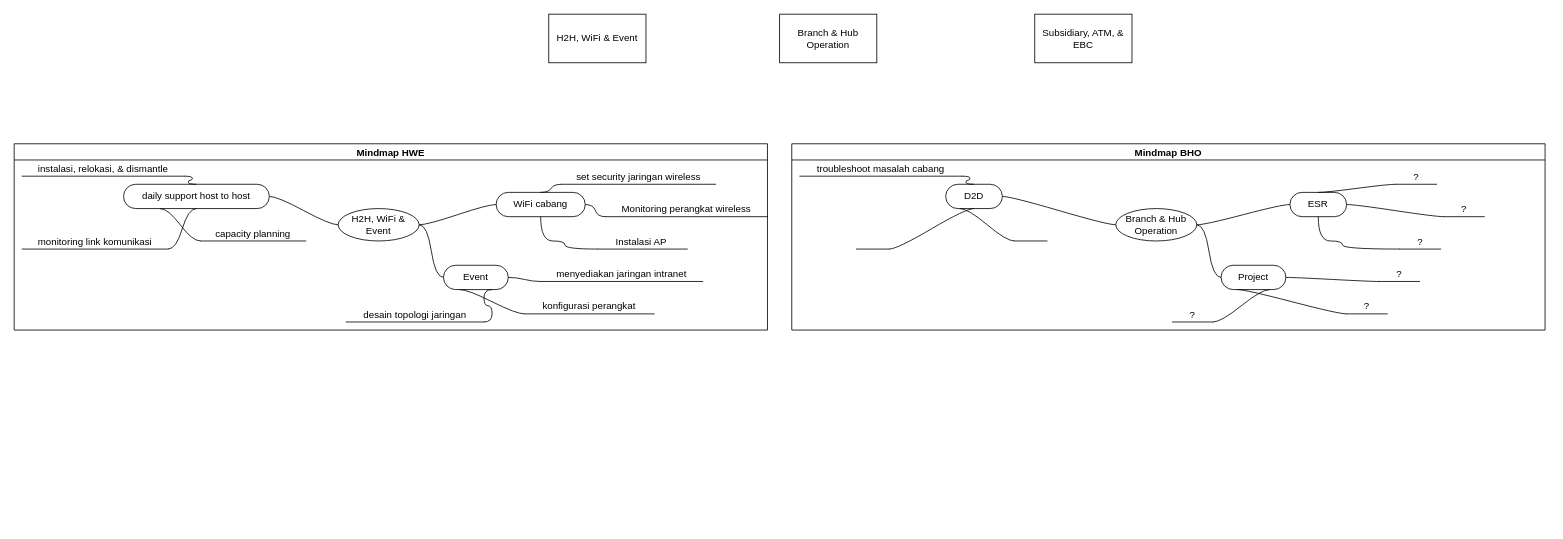
AndreaB54/BCA_INTERNSHIP_NIS_B_2026 keeps this draw.io diagram as page "Urusan NIS B" (2 of 3) of BIP_Andrea_2026.drawio. Above is the earlier version. Source tidied: cells renumbered, new cells numbered last; positions are measured from the earlier drawing's top-left corner, leaving out a move shared by most shapes. Both pictures are drawn from the tidied source at 81%, with x=0, y=0 at pixel (14, 14).
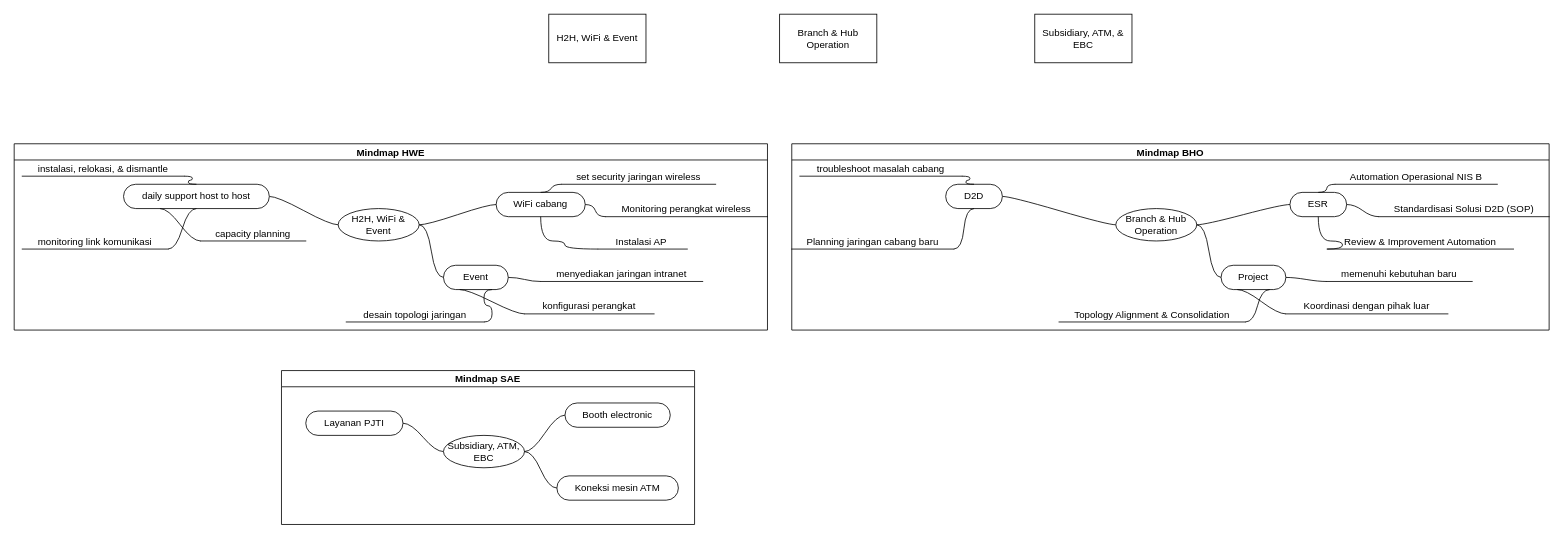
The same diagram, later.

Commit message (it also covers changes not shown here):
Mindmap BHO dan SAE

The change refers to these unchanged cells:
```xml
<mxCell id="34" value="D2D" style="whiteSpace=wrap;html=1;rounded=1;arcSize=50;align=center;verticalAlign=middle;strokeWidth=1;spacing=4;newEdgeStyle={&quot;edgeStyle&quot;:&quot;entityRelationEdgeStyle&quot;,&quot;startArrow&quot;:&quot;none&quot;,&quot;endArrow&quot;:&quot;none&quot;,&quot;segment&quot;:10,&quot;curved&quot;:1,&quot;sourcePerimeterSpacing&quot;:0,&quot;targetPerimeterSpacing&quot;:0};" parent="31" vertex="1">
  <mxGeometry x="190" y="50" width="70" height="30" as="geometry" />
</mxCell>
```

The edit, as a diff of the source:
```diff
@@
     <mxCell id="31" value="Mindmap BHO" style="swimlane;startSize=20;horizontal=1;containerType=tree;" parent="1" vertex="1">
-      <mxGeometry x="960" y="160" width="930" height="230" as="geometry" />
+      <mxGeometry x="960" y="160" width="935" height="230" as="geometry" />
     </mxCell>
@@
-    <mxCell id="35" value="&amp;nbsp;" style="whiteSpace=wrap;html=1;shape=partialRectangle;top=0;left=0;bottom=1;right=0;points=[[0,1],[1,1]];fillColor=none;align=center;verticalAlign=bottom;routingCenterY=0.5;snapToPoint=1;newEdgeStyle={&quot;edgeStyle&quot;:&quot;entityRelationEdgeStyle&quot;,&quot;startArrow&quot;:&quot;none&quot;,&quot;endArrow&quot;:&quot;none&quot;,&quot;segment&quot;:10,&quot;curved&quot;:1,&quot;sourcePerimeterSpacing&quot;:0,&quot;targetPerimeterSpacing&quot;:0};" parent="31" vertex="1">
-      <mxGeometry x="275" y="90" width="40" height="30" as="geometry" />
-    </mxCell>
-    <mxCell id="36" style="edgeStyle=entityRelationEdgeStyle;curved=1;rounded=0;jettySize=auto;html=1;startArrow=none;endArrow=none;segment=10;sourcePerimeterSpacing=0;targetPerimeterSpacing=0;exitX=0;exitY=1;exitDx=0;exitDy=0;entryX=0.25;entryY=1;entryDx=0;entryDy=0;fontSize=12;startSize=8;endSize=8;" parent="31" edge="1" source="35" target="34">
-      <mxGeometry relative="1" as="geometry" />
-    </mxCell>
@@
-    <mxCell id="42" value="&amp;nbsp;" style="whiteSpace=wrap;html=1;shape=partialRectangle;top=0;left=0;bottom=1;right=0;points=[[0,1],[1,1]];fillColor=none;align=center;verticalAlign=bottom;routingCenterY=0.5;snapToPoint=1;newEdgeStyle={&quot;edgeStyle&quot;:&quot;entityRelationEdgeStyle&quot;,&quot;startArrow&quot;:&quot;none&quot;,&quot;endArrow&quot;:&quot;none&quot;,&quot;segment&quot;:10,&quot;curved&quot;:1,&quot;sourcePerimeterSpacing&quot;:0,&quot;targetPerimeterSpacing&quot;:0};" parent="31" vertex="1">
-      <mxGeometry x="80" y="100" width="40" height="30" as="geometry" />
+    <mxCell id="42" value="Planning jaringan cabang baru" style="whiteSpace=wrap;html=1;shape=partialRectangle;top=0;left=0;bottom=1;right=0;points=[[0,1],[1,1]];fillColor=none;align=center;verticalAlign=bottom;routingCenterY=0.5;snapToPoint=1;newEdgeStyle={&quot;edgeStyle&quot;:&quot;entityRelationEdgeStyle&quot;,&quot;startArrow&quot;:&quot;none&quot;,&quot;endArrow&quot;:&quot;none&quot;,&quot;segment&quot;:10,&quot;curved&quot;:1,&quot;sourcePerimeterSpacing&quot;:0,&quot;targetPerimeterSpacing&quot;:0};" parent="31" vertex="1">
+      <mxGeometry y="100" width="200" height="30" as="geometry" />
     </mxCell>
@@
-    <mxCell id="44" value="?" style="whiteSpace=wrap;html=1;shape=partialRectangle;top=0;left=0;bottom=1;right=0;points=[[0,1],[1,1]];fillColor=none;align=center;verticalAlign=bottom;routingCenterY=0.5;snapToPoint=1;newEdgeStyle={&quot;edgeStyle&quot;:&quot;entityRelationEdgeStyle&quot;,&quot;startArrow&quot;:&quot;none&quot;,&quot;endArrow&quot;:&quot;none&quot;,&quot;segment&quot;:10,&quot;curved&quot;:1,&quot;sourcePerimeterSpacing&quot;:0,&quot;targetPerimeterSpacing&quot;:0};" parent="31" vertex="1">
-      <mxGeometry x="751" y="100" width="50" height="30" as="geometry" />
+    <mxCell id="44" value="Review &amp;amp; Improvement Automation" style="whiteSpace=wrap;html=1;shape=partialRectangle;top=0;left=0;bottom=1;right=0;points=[[0,1],[1,1]];fillColor=none;align=center;verticalAlign=bottom;routingCenterY=0.5;snapToPoint=1;newEdgeStyle={&quot;edgeStyle&quot;:&quot;entityRelationEdgeStyle&quot;,&quot;startArrow&quot;:&quot;none&quot;,&quot;endArrow&quot;:&quot;none&quot;,&quot;segment&quot;:10,&quot;curved&quot;:1,&quot;sourcePerimeterSpacing&quot;:0,&quot;targetPerimeterSpacing&quot;:0};" parent="31" vertex="1">
+      <mxGeometry x="661" y="100" width="230" height="30" as="geometry" />
     </mxCell>
@@
-    <mxCell id="46" value="?" style="whiteSpace=wrap;html=1;shape=partialRectangle;top=0;left=0;bottom=1;right=0;points=[[0,1],[1,1]];fillColor=none;align=center;verticalAlign=bottom;routingCenterY=0.5;snapToPoint=1;newEdgeStyle={&quot;edgeStyle&quot;:&quot;entityRelationEdgeStyle&quot;,&quot;startArrow&quot;:&quot;none&quot;,&quot;endArrow&quot;:&quot;none&quot;,&quot;segment&quot;:10,&quot;curved&quot;:1,&quot;sourcePerimeterSpacing&quot;:0,&quot;targetPerimeterSpacing&quot;:0};" parent="31" vertex="1">
-      <mxGeometry x="805" y="60" width="50" height="30" as="geometry" />
+    <mxCell id="46" value="Standardisasi Solusi D2D (SOP)" style="whiteSpace=wrap;html=1;shape=partialRectangle;top=0;left=0;bottom=1;right=0;points=[[0,1],[1,1]];fillColor=none;align=center;verticalAlign=bottom;routingCenterY=0.5;snapToPoint=1;newEdgeStyle={&quot;edgeStyle&quot;:&quot;entityRelationEdgeStyle&quot;,&quot;startArrow&quot;:&quot;none&quot;,&quot;endArrow&quot;:&quot;none&quot;,&quot;segment&quot;:10,&quot;curved&quot;:1,&quot;sourcePerimeterSpacing&quot;:0,&quot;targetPerimeterSpacing&quot;:0};" parent="31" vertex="1">
+      <mxGeometry x="725" y="60" width="210" height="30" as="geometry" />
     </mxCell>
@@
-    <mxCell id="48" value="?" style="whiteSpace=wrap;html=1;shape=partialRectangle;top=0;left=0;bottom=1;right=0;points=[[0,1],[1,1]];fillColor=none;align=center;verticalAlign=bottom;routingCenterY=0.5;snapToPoint=1;newEdgeStyle={&quot;edgeStyle&quot;:&quot;entityRelationEdgeStyle&quot;,&quot;startArrow&quot;:&quot;none&quot;,&quot;endArrow&quot;:&quot;none&quot;,&quot;segment&quot;:10,&quot;curved&quot;:1,&quot;sourcePerimeterSpacing&quot;:0,&quot;targetPerimeterSpacing&quot;:0};" parent="31" vertex="1">
-      <mxGeometry x="746" y="20" width="50" height="30" as="geometry" />
+    <mxCell id="48" value="Automation Operasional NIS B" style="whiteSpace=wrap;html=1;shape=partialRectangle;top=0;left=0;bottom=1;right=0;points=[[0,1],[1,1]];fillColor=none;align=center;verticalAlign=bottom;routingCenterY=0.5;snapToPoint=1;newEdgeStyle={&quot;edgeStyle&quot;:&quot;entityRelationEdgeStyle&quot;,&quot;startArrow&quot;:&quot;none&quot;,&quot;endArrow&quot;:&quot;none&quot;,&quot;segment&quot;:10,&quot;curved&quot;:1,&quot;sourcePerimeterSpacing&quot;:0,&quot;targetPerimeterSpacing&quot;:0};" parent="31" vertex="1">
+      <mxGeometry x="671" y="20" width="200" height="30" as="geometry" />
     </mxCell>
@@
-    <mxCell id="52" value="?" style="whiteSpace=wrap;html=1;shape=partialRectangle;top=0;left=0;bottom=1;right=0;points=[[0,1],[1,1]];fillColor=none;align=center;verticalAlign=bottom;routingCenterY=0.5;snapToPoint=1;newEdgeStyle={&quot;edgeStyle&quot;:&quot;entityRelationEdgeStyle&quot;,&quot;startArrow&quot;:&quot;none&quot;,&quot;endArrow&quot;:&quot;none&quot;,&quot;segment&quot;:10,&quot;curved&quot;:1,&quot;sourcePerimeterSpacing&quot;:0,&quot;targetPerimeterSpacing&quot;:0};" parent="31" vertex="1">
-      <mxGeometry x="725" y="140" width="50" height="30" as="geometry" />
+    <mxCell id="52" value="memenuhi kebutuhan baru" style="whiteSpace=wrap;html=1;shape=partialRectangle;top=0;left=0;bottom=1;right=0;points=[[0,1],[1,1]];fillColor=none;align=center;verticalAlign=bottom;routingCenterY=0.5;snapToPoint=1;newEdgeStyle={&quot;edgeStyle&quot;:&quot;entityRelationEdgeStyle&quot;,&quot;startArrow&quot;:&quot;none&quot;,&quot;endArrow&quot;:&quot;none&quot;,&quot;segment&quot;:10,&quot;curved&quot;:1,&quot;sourcePerimeterSpacing&quot;:0,&quot;targetPerimeterSpacing&quot;:0};" parent="31" vertex="1">
+      <mxGeometry x="660" y="140" width="180" height="30" as="geometry" />
     </mxCell>
@@
-    <mxCell id="54" value="?" style="whiteSpace=wrap;html=1;shape=partialRectangle;top=0;left=0;bottom=1;right=0;points=[[0,1],[1,1]];fillColor=none;align=center;verticalAlign=bottom;routingCenterY=0.5;snapToPoint=1;newEdgeStyle={&quot;edgeStyle&quot;:&quot;entityRelationEdgeStyle&quot;,&quot;startArrow&quot;:&quot;none&quot;,&quot;endArrow&quot;:&quot;none&quot;,&quot;segment&quot;:10,&quot;curved&quot;:1,&quot;sourcePerimeterSpacing&quot;:0,&quot;targetPerimeterSpacing&quot;:0};" parent="31" vertex="1">
-      <mxGeometry x="470" y="190" width="50" height="30" as="geometry" />
+    <mxCell id="54" value="Topology Alignment &amp;amp; Consolidation" style="whiteSpace=wrap;html=1;shape=partialRectangle;top=0;left=0;bottom=1;right=0;points=[[0,1],[1,1]];fillColor=none;align=center;verticalAlign=bottom;routingCenterY=0.5;snapToPoint=1;newEdgeStyle={&quot;edgeStyle&quot;:&quot;entityRelationEdgeStyle&quot;,&quot;startArrow&quot;:&quot;none&quot;,&quot;endArrow&quot;:&quot;none&quot;,&quot;segment&quot;:10,&quot;curved&quot;:1,&quot;sourcePerimeterSpacing&quot;:0,&quot;targetPerimeterSpacing&quot;:0};" parent="31" vertex="1">
+      <mxGeometry x="330" y="190" width="230" height="30" as="geometry" />
     </mxCell>
@@
-    <mxCell id="56" value="?" style="whiteSpace=wrap;html=1;shape=partialRectangle;top=0;left=0;bottom=1;right=0;points=[[0,1],[1,1]];fillColor=none;align=center;verticalAlign=bottom;routingCenterY=0.5;snapToPoint=1;newEdgeStyle={&quot;edgeStyle&quot;:&quot;entityRelationEdgeStyle&quot;,&quot;startArrow&quot;:&quot;none&quot;,&quot;endArrow&quot;:&quot;none&quot;,&quot;segment&quot;:10,&quot;curved&quot;:1,&quot;sourcePerimeterSpacing&quot;:0,&quot;targetPerimeterSpacing&quot;:0};" parent="31" vertex="1">
-      <mxGeometry x="685" y="180" width="50" height="30" as="geometry" />
+    <mxCell id="56" value="Koordinasi dengan pihak luar" style="whiteSpace=wrap;html=1;shape=partialRectangle;top=0;left=0;bottom=1;right=0;points=[[0,1],[1,1]];fillColor=none;align=center;verticalAlign=bottom;routingCenterY=0.5;snapToPoint=1;newEdgeStyle={&quot;edgeStyle&quot;:&quot;entityRelationEdgeStyle&quot;,&quot;startArrow&quot;:&quot;none&quot;,&quot;endArrow&quot;:&quot;none&quot;,&quot;segment&quot;:10,&quot;curved&quot;:1,&quot;sourcePerimeterSpacing&quot;:0,&quot;targetPerimeterSpacing&quot;:0};" parent="31" vertex="1">
+      <mxGeometry x="610" y="180" width="200" height="30" as="geometry" />
     </mxCell>
+    <mxCell id="57" value="Mindmap SAE" style="swimlane;startSize=20;horizontal=1;containerType=tree;" parent="1" vertex="1">
+      <mxGeometry x="330" y="440" width="510" height="190" as="geometry" />
+    </mxCell>
+    <mxCell id="58" style="edgeStyle=entityRelationEdgeStyle;startArrow=none;endArrow=none;segment=10;curved=1;sourcePerimeterSpacing=0;targetPerimeterSpacing=0;rounded=0;fontSize=12;startSize=8;endSize=8;" parent="57" edge="1" source="59" target="60">
+      <mxGeometry relative="1" as="geometry" />
+    </mxCell>
+    <mxCell id="59" value="Subsidiary, ATM, EBC" style="ellipse;whiteSpace=wrap;html=1;align=center;newEdgeStyle={&quot;edgeStyle&quot;:&quot;entityRelationEdgeStyle&quot;,&quot;startArrow&quot;:&quot;none&quot;,&quot;endArrow&quot;:&quot;none&quot;,&quot;segment&quot;:10,&quot;curved&quot;:1,&quot;sourcePerimeterSpacing&quot;:0,&quot;targetPerimeterSpacing&quot;:0};" parent="57" vertex="1">
+      <mxGeometry x="200" y="80" width="100" height="40" as="geometry" />
+    </mxCell>
+    <mxCell id="60" value="Layanan PJTI" style="whiteSpace=wrap;html=1;rounded=1;arcSize=50;align=center;verticalAlign=middle;strokeWidth=1;spacing=4;newEdgeStyle={&quot;edgeStyle&quot;:&quot;entityRelationEdgeStyle&quot;,&quot;startArrow&quot;:&quot;none&quot;,&quot;endArrow&quot;:&quot;none&quot;,&quot;segment&quot;:10,&quot;curved&quot;:1,&quot;sourcePerimeterSpacing&quot;:0,&quot;targetPerimeterSpacing&quot;:0};" parent="57" vertex="1">
+      <mxGeometry x="30" y="50" width="120" height="30" as="geometry" />
+    </mxCell>
+    <mxCell id="61" value="Booth electronic" style="whiteSpace=wrap;html=1;rounded=1;arcSize=50;align=center;verticalAlign=middle;strokeWidth=1;spacing=4;newEdgeStyle={&quot;edgeStyle&quot;:&quot;entityRelationEdgeStyle&quot;,&quot;startArrow&quot;:&quot;none&quot;,&quot;endArrow&quot;:&quot;none&quot;,&quot;segment&quot;:10,&quot;curved&quot;:1,&quot;sourcePerimeterSpacing&quot;:0,&quot;targetPerimeterSpacing&quot;:0};" parent="57" vertex="1">
+      <mxGeometry x="350" y="40" width="130" height="30" as="geometry" />
+    </mxCell>
+    <mxCell id="62" style="edgeStyle=entityRelationEdgeStyle;startArrow=none;endArrow=none;segment=10;curved=1;sourcePerimeterSpacing=0;targetPerimeterSpacing=0;rounded=0;fontSize=12;startSize=8;endSize=8;" parent="57" edge="1" source="59" target="61">
+      <mxGeometry relative="1" as="geometry" />
+    </mxCell>
+    <mxCell id="63" value="Koneksi mesin ATM" style="whiteSpace=wrap;html=1;rounded=1;arcSize=50;align=center;verticalAlign=middle;strokeWidth=1;spacing=4;newEdgeStyle={&quot;edgeStyle&quot;:&quot;entityRelationEdgeStyle&quot;,&quot;startArrow&quot;:&quot;none&quot;,&quot;endArrow&quot;:&quot;none&quot;,&quot;segment&quot;:10,&quot;curved&quot;:1,&quot;sourcePerimeterSpacing&quot;:0,&quot;targetPerimeterSpacing&quot;:0};" parent="57" vertex="1">
+      <mxGeometry x="340" y="130" width="150" height="30" as="geometry" />
+    </mxCell>
+    <mxCell id="64" style="edgeStyle=entityRelationEdgeStyle;startArrow=none;endArrow=none;segment=10;curved=1;sourcePerimeterSpacing=0;targetPerimeterSpacing=0;rounded=0;fontSize=12;startSize=8;endSize=8;" parent="57" edge="1" source="59" target="63">
+      <mxGeometry relative="1" as="geometry" />
+    </mxCell>
```
